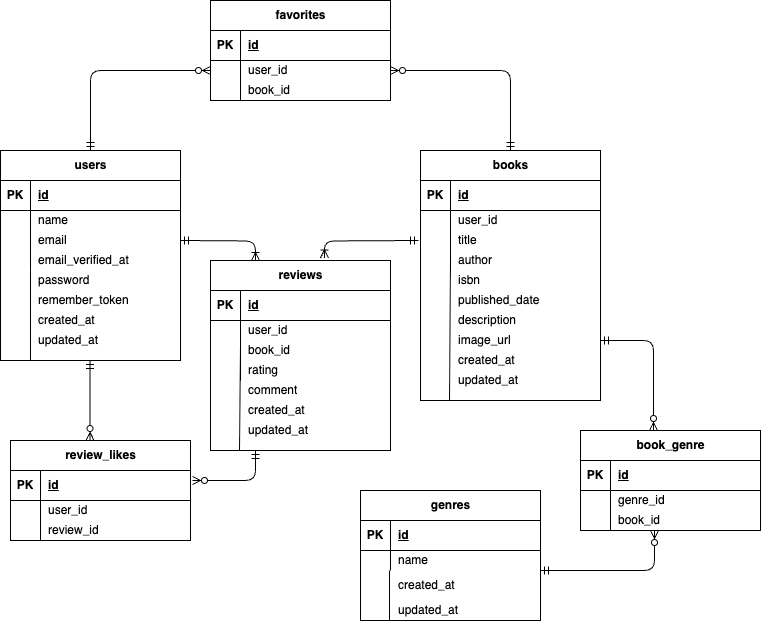
Above: docs/er.drawio.png in nako-75/book-review-app (draw.io), before the change. Source tidied: cells renumbered, new cells last; positions are measured from the earlier drawing's top-left corner, leaving out a move shared by most shapes.
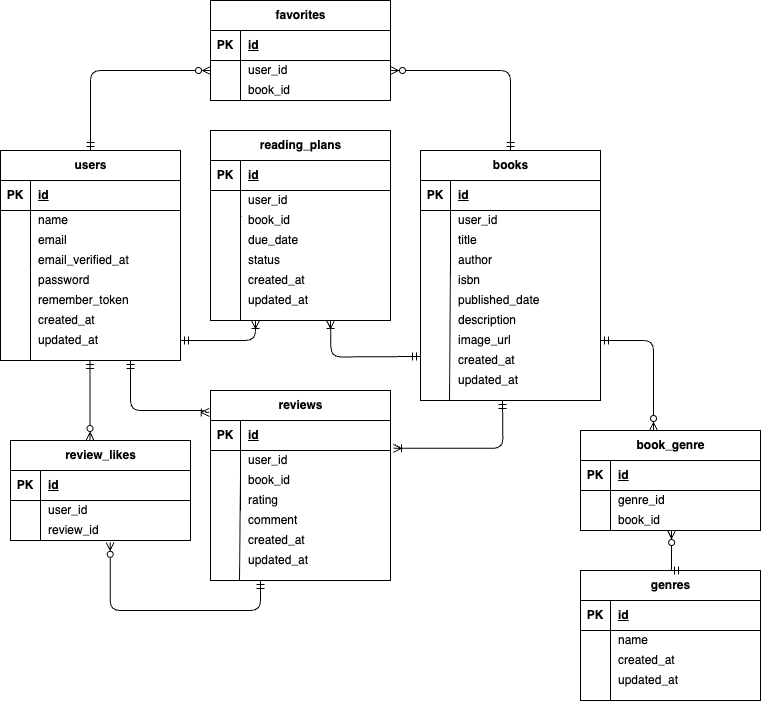
After the change.

The edit, as a diff of the source:
```diff
@@ -165,7 +165,7 @@
       <mxGeometry x="1" relative="1" as="geometry" />
     </mxCell>
     <mxCell id="54" value="reviews" style="shape=table;startSize=30;rowLines=0;fontStyle=1;align=center;html=1;" parent="1" vertex="1">
-      <mxGeometry x="210" y="260" width="180" height="190" as="geometry" />
+      <mxGeometry x="210" y="390" width="180" height="190" as="geometry" />
     </mxCell>
     <mxCell id="55" style="shape=tableRow;horizontal=0;startSize=0;swimlaneHead=0;swimlaneBody=0;fillColor=none;top=0;left=0;right=0;bottom=1;" parent="54" vertex="1">
       <mxGeometry y="30" width="180" height="30" as="geometry" />
@@ -204,25 +204,25 @@
       <mxGeometry x="30" width="150" height="20" as="geometry" />
     </mxCell>
     <mxCell id="67" value="comment" style="shape=partialRectangle;fillColor=none;top=0;left=0;bottom=0;right=0;align=left;spacingLeft=6;overflow=hidden;whiteSpace=wrap;html=1;" parent="1" vertex="1">
-      <mxGeometry x="240" y="380" width="150" height="20" as="geometry" />
+      <mxGeometry x="240" y="510" width="150" height="20" as="geometry" />
     </mxCell>
     <mxCell id="68" value="created_at" style="shape=partialRectangle;fillColor=none;top=0;left=0;bottom=0;right=0;align=left;spacingLeft=6;overflow=hidden;whiteSpace=wrap;html=1;" parent="1" vertex="1">
-      <mxGeometry x="240" y="400" width="150" height="20" as="geometry" />
+      <mxGeometry x="240" y="530" width="150" height="20" as="geometry" />
     </mxCell>
     <mxCell id="69" value="updated_at" style="shape=partialRectangle;fillColor=none;top=0;left=0;bottom=0;right=0;align=left;spacingLeft=6;overflow=hidden;whiteSpace=wrap;html=1;" parent="1" vertex="1">
-      <mxGeometry x="240" y="420" width="150" height="20" as="geometry" />
+      <mxGeometry x="240" y="550" width="150" height="20" as="geometry" />
     </mxCell>
     <mxCell id="70" style="endArrow=none;html=1;rounded=0;" parent="1" edge="1">
       <mxGeometry relative="1" as="geometry">
-        <mxPoint x="240" y="345.5" as="sourcePoint" />
-        <mxPoint x="239" y="450" as="targetPoint" />
+        <mxPoint x="240" y="475.5" as="sourcePoint" />
+        <mxPoint x="239" y="580" as="targetPoint" />
       </mxGeometry>
     </mxCell>
     <mxCell id="71" value="&lt;div&gt;&lt;br&gt;&lt;/div&gt;&lt;div&gt;&lt;br&gt;&lt;/div&gt;" style="html=1;whiteSpace=wrap;align=right;verticalAlign=bottom;" parent="70" vertex="1">
       <mxGeometry x="1" relative="1" as="geometry" />
     </mxCell>
     <mxCell id="72" value="genres" style="shape=table;startSize=30;rowLines=0;fontStyle=1;align=center;html=1;" parent="1" vertex="1">
-      <mxGeometry x="360" y="490" width="180" height="130" as="geometry" />
+      <mxGeometry x="580" y="570" width="180" height="130" as="geometry" />
     </mxCell>
     <mxCell id="73" style="shape=tableRow;horizontal=0;startSize=0;swimlaneHead=0;swimlaneBody=0;fillColor=none;top=0;left=0;right=0;bottom=1;" parent="72" vertex="1">
       <mxGeometry y="30" width="180" height="30" as="geometry" />
@@ -242,14 +242,19 @@
     <mxCell id="78" value="name" style="shape=partialRectangle;fillColor=none;top=0;left=0;bottom=0;right=0;align=left;spacingLeft=6;overflow=hidden;whiteSpace=wrap;html=1;" parent="76" vertex="1">
       <mxGeometry x="30" width="150" height="20" as="geometry" />
     </mxCell>
-    <mxCell id="79" style="edgeStyle=orthogonalEdgeStyle;fontSize=12;html=1;endArrow=ERoneToMany;startArrow=ERmandOne;entryX=0.25;entryY=0;entryDx=0;entryDy=0;" parent="1" edge="1" target="54">
+    <mxCell id="79" style="edgeStyle=orthogonalEdgeStyle;fontSize=12;html=1;endArrow=ERoneToMany;startArrow=ERmandOne;exitX=0.75;exitY=1;exitDx=0;exitDy=0;entryX=-0.007;entryY=0.115;entryDx=0;entryDy=0;entryPerimeter=0;" parent="1" edge="1" target="54">
       <mxGeometry relative="1" as="geometry">
-        <mxPoint x="180" y="240" as="sourcePoint" />
+        <mxPoint x="130" y="360" as="sourcePoint" />
+        <Array as="points">
+          <mxPoint x="130" y="410" />
+          <mxPoint x="205" y="410" />
+          <mxPoint x="205" y="412" />
+        </Array>
       </mxGeometry>
     </mxCell>
-    <mxCell id="80" style="edgeStyle=orthogonalEdgeStyle;fontSize=12;html=1;endArrow=ERoneToMany;startArrow=ERmandOne;entryX=0.633;entryY=-0.013;entryDx=0;entryDy=0;entryPerimeter=0;" parent="1" edge="1" target="54">
+    <mxCell id="80" style="edgeStyle=orthogonalEdgeStyle;fontSize=12;html=1;endArrow=ERoneToMany;startArrow=ERmandOne;entryX=1.016;entryY=-0.11;entryDx=0;entryDy=0;entryPerimeter=0;" parent="1" edge="1" target="58">
       <mxGeometry relative="1" as="geometry">
-        <mxPoint x="418" y="240" as="sourcePoint" />
+        <mxPoint x="502" y="400" as="sourcePoint" />
       </mxGeometry>
     </mxCell>
     <mxCell id="81" style="fontSize=12;html=1;endArrow=ERzeroToMany;startArrow=ERmandOne;entryX=0.333;entryY=0;entryDx=0;entryDy=0;entryPerimeter=0;" parent="1" edge="1">
@@ -261,12 +266,12 @@
         </Array>
       </mxGeometry>
     </mxCell>
-    <mxCell id="82" style="edgeStyle=orthogonalEdgeStyle;fontSize=12;html=1;endArrow=ERzeroToMany;startArrow=ERmandOne;exitX=0.25;exitY=1;exitDx=0;exitDy=0;" parent="1" edge="1" source="54">
+    <mxCell id="82" style="edgeStyle=orthogonalEdgeStyle;fontSize=12;html=1;endArrow=ERzeroToMany;startArrow=ERmandOne;entryX=0.554;entryY=1.09;entryDx=0;entryDy=0;entryPerimeter=0;" parent="1" edge="1" target="120">
       <mxGeometry relative="1" as="geometry">
-        <mxPoint x="192" y="480" as="targetPoint" />
+        <mxPoint x="260" y="580" as="sourcePoint" />
         <Array as="points">
-          <mxPoint x="255" y="480" />
-          <mxPoint x="193" y="480" />
+          <mxPoint x="260" y="610" />
+          <mxPoint x="110" y="610" />
         </Array>
       </mxGeometry>
     </mxCell>
@@ -279,12 +284,12 @@
         </Array>
       </mxGeometry>
     </mxCell>
-    <mxCell id="84" style="edgeStyle=orthogonalEdgeStyle;fontSize=12;html=1;endArrow=ERzeroToMany;startArrow=ERmandOne;" parent="1" edge="1">
+    <mxCell id="84" style="edgeStyle=orthogonalEdgeStyle;fontSize=12;html=1;endArrow=ERzeroToMany;startArrow=ERmandOne;exitX=0.5;exitY=0;exitDx=0;exitDy=0;" parent="1" edge="1" source="72">
       <mxGeometry relative="1" as="geometry">
-        <mxPoint x="540" y="570" as="sourcePoint" />
-        <mxPoint x="654" y="530" as="targetPoint" />
+        <mxPoint x="671.1" y="530" as="targetPoint" />
         <Array as="points">
-          <mxPoint x="654" y="570" />
+          <mxPoint x="670" y="570" />
+          <mxPoint x="671" y="570" />
         </Array>
       </mxGeometry>
     </mxCell>
@@ -335,16 +340,13 @@
     <mxCell id="98" style="shape=partialRectangle;fillColor=none;top=0;left=0;bottom=0;right=0;overflow=hidden;whiteSpace=wrap;html=1;" parent="97" vertex="1">
       <mxGeometry width="30" height="20" as="geometry" />
     </mxCell>
-    <mxCell id="99" value="created_at" style="shape=partialRectangle;fillColor=none;top=0;left=0;bottom=0;right=0;align=left;spacingLeft=6;overflow=hidden;whiteSpace=wrap;html=1;" parent="97" vertex="1">
-      <mxGeometry x="30" width="150" height="20" as="geometry" />
-    </mxCell>
     <mxCell id="100" value="updated_at" style="shape=partialRectangle;fillColor=none;top=0;left=0;bottom=0;right=0;align=left;spacingLeft=6;overflow=hidden;whiteSpace=wrap;html=1;" parent="1" vertex="1">
-      <mxGeometry x="390" y="600" width="150" height="20" as="geometry" />
+      <mxGeometry x="610" y="670" width="150" height="20" as="geometry" />
     </mxCell>
-    <mxCell id="101" style="endArrow=none;html=1;rounded=0;" parent="1" edge="1">
+    <mxCell id="101" style="endArrow=none;html=1;rounded=0;entryX=0.154;entryY=0.99;entryDx=0;entryDy=0;entryPerimeter=0;" parent="1" edge="1">
       <mxGeometry relative="1" as="geometry">
-        <mxPoint x="389" y="570" as="sourcePoint" />
-        <mxPoint x="389" y="620" as="targetPoint" />
+        <mxPoint x="610" y="700" as="sourcePoint" />
+        <mxPoint x="610" y="640" as="targetPoint" />
       </mxGeometry>
     </mxCell>
     <mxCell id="102" value="&lt;div&gt;&lt;br&gt;&lt;/div&gt;&lt;div&gt;&lt;br&gt;&lt;/div&gt;" style="html=1;whiteSpace=wrap;align=right;verticalAlign=bottom;" parent="101" vertex="1">
@@ -410,5 +412,88 @@
     <mxCell id="122" value="review_id" style="shape=partialRectangle;fillColor=none;top=0;left=0;bottom=0;right=0;align=left;spacingLeft=6;overflow=hidden;whiteSpace=wrap;html=1;" parent="120" vertex="1">
       <mxGeometry x="30" width="150" height="20" as="geometry" />
     </mxCell>
+    <mxCell id="99" value="created_at" style="shape=partialRectangle;fillColor=none;top=0;left=0;bottom=0;right=0;align=left;spacingLeft=6;overflow=hidden;whiteSpace=wrap;html=1;" parent="1" vertex="1">
+      <mxGeometry x="610" y="650" width="150" height="20" as="geometry" />
+    </mxCell>
+    <mxCell id="123" value="reading_plans" style="shape=table;startSize=30;rowLines=0;fontStyle=1;align=center;html=1;" parent="1" vertex="1">
+      <mxGeometry x="210" y="130" width="180" height="190" as="geometry" />
+    </mxCell>
+    <mxCell id="124" style="shape=tableRow;horizontal=0;startSize=0;swimlaneHead=0;swimlaneBody=0;fillColor=none;top=0;left=0;right=0;bottom=1;" parent="123" vertex="1">
+      <mxGeometry y="30" width="180" height="30" as="geometry" />
+    </mxCell>
+    <mxCell id="125" value="PK" style="shape=partialRectangle;fillColor=none;top=0;left=0;bottom=0;right=0;fontStyle=1;overflow=hidden;whiteSpace=wrap;html=1;" parent="124" vertex="1">
+      <mxGeometry width="30" height="30" as="geometry" />
+    </mxCell>
+    <mxCell id="126" value="id" style="shape=partialRectangle;fillColor=none;top=0;left=0;bottom=0;right=0;align=left;spacingLeft=6;fontStyle=5;overflow=hidden;whiteSpace=wrap;html=1;" parent="124" vertex="1">
+      <mxGeometry x="30" width="150" height="30" as="geometry" />
+    </mxCell>
+    <mxCell id="127" style="shape=tableRow;horizontal=0;startSize=0;swimlaneHead=0;swimlaneBody=0;fillColor=none;top=0;left=0;right=0;bottom=0;" parent="123" vertex="1">
+      <mxGeometry y="60" width="180" height="20" as="geometry" />
+    </mxCell>
+    <mxCell id="128" style="shape=partialRectangle;fillColor=none;top=0;left=0;bottom=0;right=0;overflow=hidden;whiteSpace=wrap;html=1;" parent="127" vertex="1">
+      <mxGeometry width="30" height="20" as="geometry" />
+    </mxCell>
+    <mxCell id="129" value="user_id" style="shape=partialRectangle;fillColor=none;top=0;left=0;bottom=0;right=0;align=left;spacingLeft=6;overflow=hidden;whiteSpace=wrap;html=1;" parent="127" vertex="1">
+      <mxGeometry x="30" width="150" height="20" as="geometry" />
+    </mxCell>
+    <mxCell id="130" style="shape=tableRow;horizontal=0;startSize=0;swimlaneHead=0;swimlaneBody=0;fillColor=none;top=0;left=0;right=0;bottom=0;" parent="123" vertex="1">
+      <mxGeometry y="80" width="180" height="20" as="geometry" />
+    </mxCell>
+    <mxCell id="131" style="shape=partialRectangle;fillColor=none;top=0;left=0;bottom=0;right=0;overflow=hidden;whiteSpace=wrap;html=1;" parent="130" vertex="1">
+      <mxGeometry width="30" height="20" as="geometry" />
+    </mxCell>
+    <mxCell id="132" value="book_id" style="shape=partialRectangle;fillColor=none;top=0;left=0;bottom=0;right=0;align=left;spacingLeft=6;overflow=hidden;whiteSpace=wrap;html=1;" parent="130" vertex="1">
+      <mxGeometry x="30" width="150" height="20" as="geometry" />
+    </mxCell>
+    <mxCell id="133" style="shape=tableRow;horizontal=0;startSize=0;swimlaneHead=0;swimlaneBody=0;fillColor=none;top=0;left=0;right=0;bottom=0;" parent="123" vertex="1">
+      <mxGeometry y="100" width="180" height="20" as="geometry" />
+    </mxCell>
+    <mxCell id="134" style="shape=partialRectangle;fillColor=none;top=0;left=0;bottom=0;right=0;overflow=hidden;whiteSpace=wrap;html=1;" parent="133" vertex="1">
+      <mxGeometry width="30" height="20" as="geometry" />
+    </mxCell>
+    <mxCell id="135" value="due_date" style="shape=partialRectangle;fillColor=none;top=0;left=0;bottom=0;right=0;align=left;spacingLeft=6;overflow=hidden;whiteSpace=wrap;html=1;" parent="133" vertex="1">
+      <mxGeometry x="30" width="150" height="20" as="geometry" />
+    </mxCell>
+    <mxCell id="136" style="shape=tableRow;horizontal=0;startSize=0;swimlaneHead=0;swimlaneBody=0;fillColor=none;top=0;left=0;right=0;bottom=0;" parent="1" vertex="1">
+      <mxGeometry x="210" y="250" width="180" height="20" as="geometry" />
+    </mxCell>
+    <mxCell id="137" style="shape=partialRectangle;fillColor=none;top=0;left=0;bottom=0;right=0;overflow=hidden;whiteSpace=wrap;html=1;" parent="136" vertex="1">
+      <mxGeometry width="30" height="20" as="geometry" />
+    </mxCell>
+    <mxCell id="138" value="status" style="shape=partialRectangle;fillColor=none;top=0;left=0;bottom=0;right=0;align=left;spacingLeft=6;overflow=hidden;whiteSpace=wrap;html=1;" parent="136" vertex="1">
+      <mxGeometry x="30" width="150" height="20" as="geometry" />
+    </mxCell>
+    <mxCell id="139" value="created_at" style="shape=partialRectangle;fillColor=none;top=0;left=0;bottom=0;right=0;align=left;spacingLeft=6;overflow=hidden;whiteSpace=wrap;html=1;" parent="1" vertex="1">
+      <mxGeometry x="240" y="270" width="150" height="20" as="geometry" />
+    </mxCell>
+    <mxCell id="140" value="updated_at" style="shape=partialRectangle;fillColor=none;top=0;left=0;bottom=0;right=0;align=left;spacingLeft=6;overflow=hidden;whiteSpace=wrap;html=1;" parent="1" vertex="1">
+      <mxGeometry x="240" y="290" width="150" height="20" as="geometry" />
+    </mxCell>
+    <mxCell id="141" style="endArrow=none;html=1;rounded=0;" parent="1" edge="1">
+      <mxGeometry relative="1" as="geometry">
+        <mxPoint x="241" y="215.5" as="sourcePoint" />
+        <mxPoint x="240" y="320" as="targetPoint" />
+        <Array as="points">
+          <mxPoint x="240" y="216" />
+        </Array>
+      </mxGeometry>
+    </mxCell>
+    <mxCell id="142" value="&lt;div&gt;&lt;br&gt;&lt;/div&gt;&lt;div&gt;&lt;br&gt;&lt;/div&gt;" style="html=1;whiteSpace=wrap;align=right;verticalAlign=bottom;" parent="141" vertex="1">
+      <mxGeometry x="1" relative="1" as="geometry" />
+    </mxCell>
+    <mxCell id="143" style="edgeStyle=orthogonalEdgeStyle;fontSize=12;html=1;endArrow=ERoneToMany;startArrow=ERmandOne;" parent="1" edge="1">
+      <mxGeometry relative="1" as="geometry">
+        <mxPoint x="420" y="356" as="sourcePoint" />
+        <mxPoint x="330" y="320" as="targetPoint" />
+      </mxGeometry>
+    </mxCell>
+    <mxCell id="144" style="edgeStyle=orthogonalEdgeStyle;fontSize=12;html=1;endArrow=ERoneToMany;startArrow=ERmandOne;entryX=0.25;entryY=1;entryDx=0;entryDy=0;" parent="1" edge="1" target="123">
+      <mxGeometry relative="1" as="geometry">
+        <mxPoint x="180" y="340" as="sourcePoint" />
+        <Array as="points">
+          <mxPoint x="255" y="340" />
+        </Array>
+      </mxGeometry>
+    </mxCell>
   </root>
 </mxGraphModel>
```
